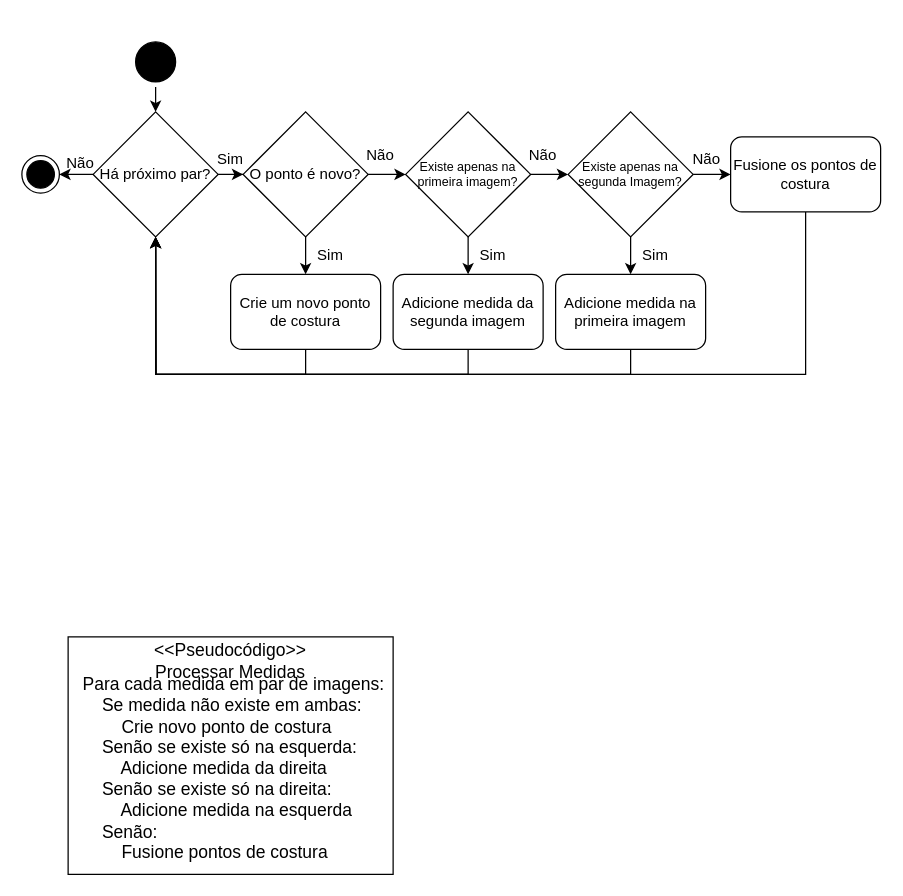
This is page "Page-6" (5 of 6) of Final_Diagrams.drawio from tatorj/Tcc, a draw.io file, before an edit. Source tidied: cells renumbered, new cells numbered last; positions are measured from the earlier drawing's top-left corner, leaving out a move shared by most shapes. Both pictures are drawn from the tidied source at 125%, with x=0, y=0 at pixel (21, 36).
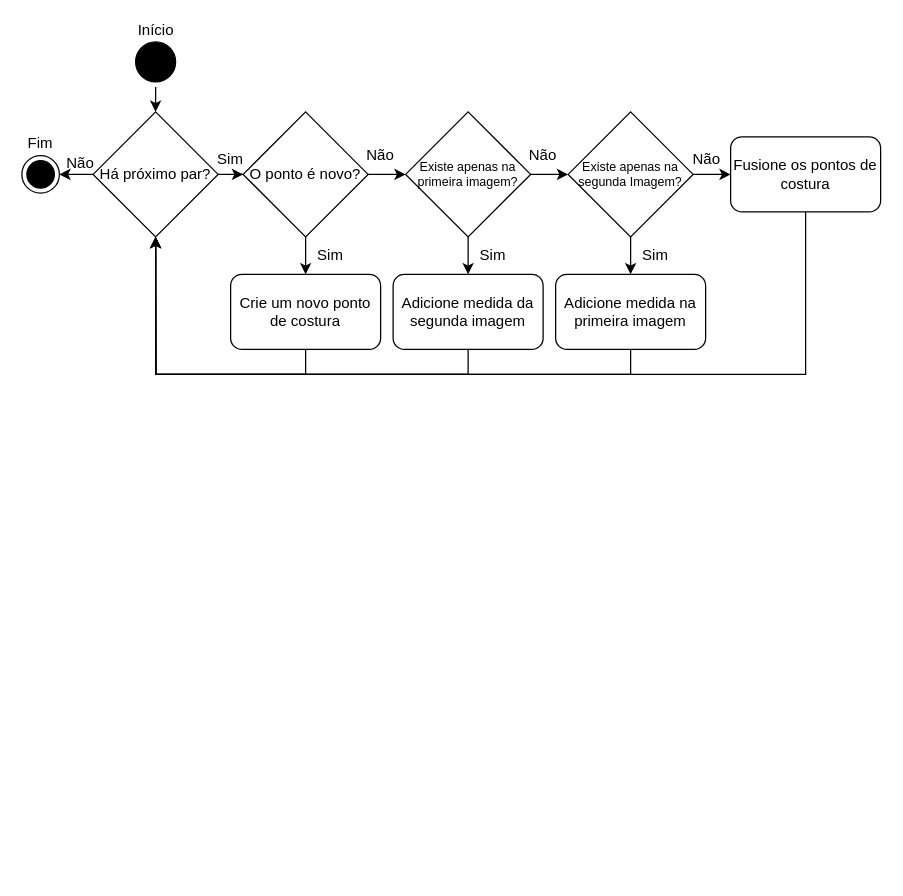
Above is the later version.

Diff of the diagram source:
```diff
@@
-    <mxCell id="2" value="&amp;lt;&amp;lt;Pseudocódigo&amp;gt;&amp;gt;&lt;br&gt;Processar Medidas&lt;br&gt;&lt;br&gt;&lt;br&gt;&lt;br&gt;&lt;br&gt;&lt;br&gt;&lt;br&gt;&lt;br&gt;&lt;br&gt;&lt;br&gt;" style="whiteSpace=wrap;html=1;fontSize=14;" parent="1" vertex="1">
-      <mxGeometry x="37" y="480" width="260" height="190" as="geometry" />
-    </mxCell>
-    <mxCell id="3" value="Para cada medida em par de imagens:&lt;br&gt;&amp;nbsp; &amp;nbsp; Se medida não existe em ambas:&lt;br&gt;&amp;nbsp; &amp;nbsp; &amp;nbsp; &amp;nbsp; Crie novo ponto de costura&lt;br&gt;&amp;nbsp; &amp;nbsp; Senão se existe só na esquerda:&lt;br&gt;&amp;nbsp; &amp;nbsp; &amp;nbsp; &amp;nbsp; Adicione medida da direita&lt;br&gt;&amp;nbsp; &amp;nbsp; Senão se existe só na direita:&lt;br&gt;&amp;nbsp; &amp;nbsp; &amp;nbsp; &amp;nbsp; Adicione medida na esquerda&lt;br&gt;&amp;nbsp; &amp;nbsp; Senão:&lt;br&gt;&amp;nbsp; &amp;nbsp; &amp;nbsp; &amp;nbsp; Fusione pontos de costura&lt;br&gt;" style="text;html=1;align=left;verticalAlign=middle;strokeColor=none;fillColor=none;fontSize=14;" parent="1" vertex="1">
-      <mxGeometry x="47" y="505" width="260" height="160" as="geometry" />
-    </mxCell>
@@
+    <mxCell id="35" value="Início" style="text;html=1;strokeColor=none;fillColor=none;align=center;verticalAlign=middle;whiteSpace=wrap;rounded=0;" parent="1" vertex="1">
+      <mxGeometry x="90.5" y="-10" width="33" height="10" as="geometry" />
+    </mxCell>
+    <mxCell id="36" value="Fim" style="text;html=1;strokeColor=none;fillColor=none;align=center;verticalAlign=middle;whiteSpace=wrap;rounded=0;" parent="1" vertex="1">
+      <mxGeometry x="5" y="80" width="20" height="10" as="geometry" />
+    </mxCell>
```
